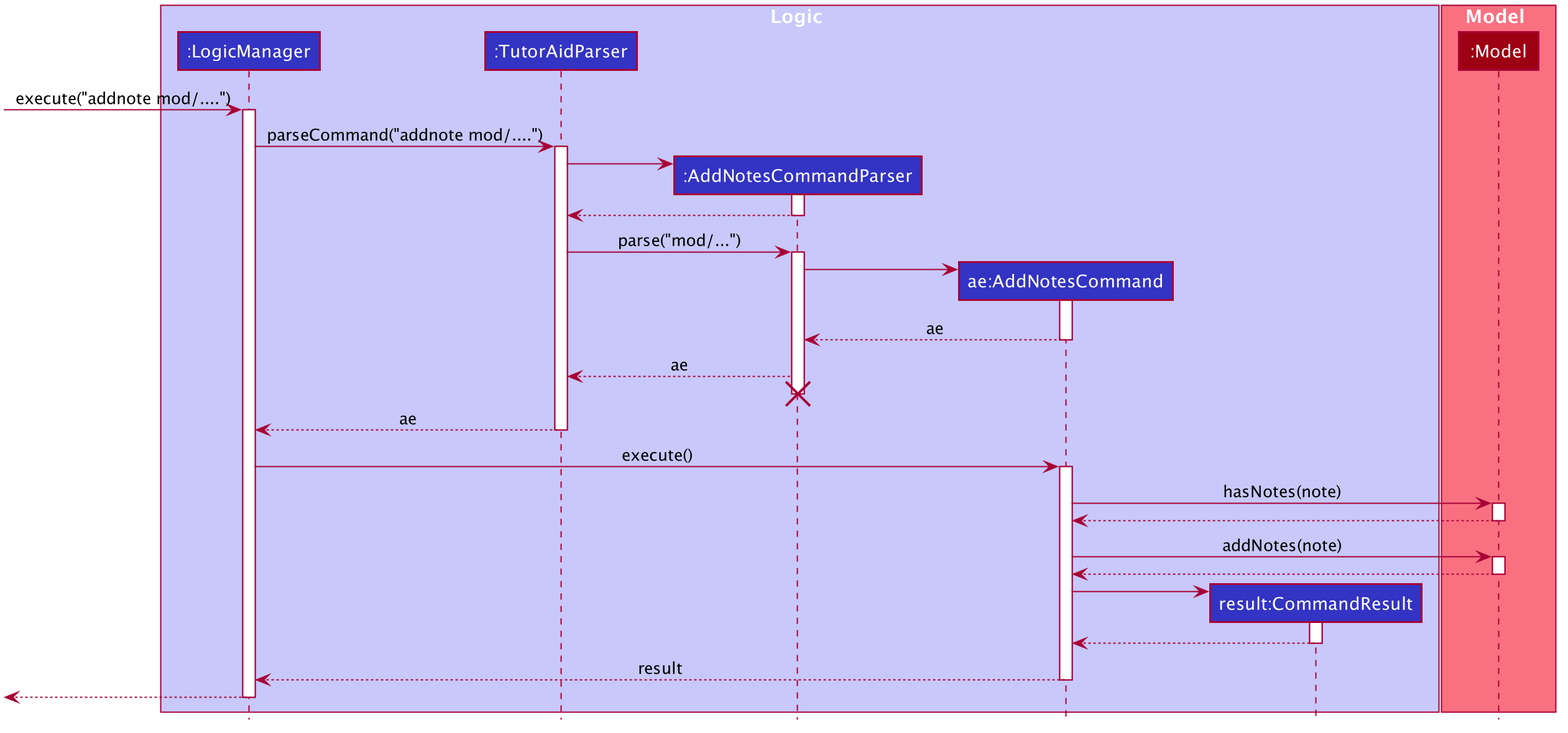
The PlantUML diagram docs/images/AddNotesSequenceDiagram.png in nus-cs2103-AY1920S1/addressbook-level3, before a commit.
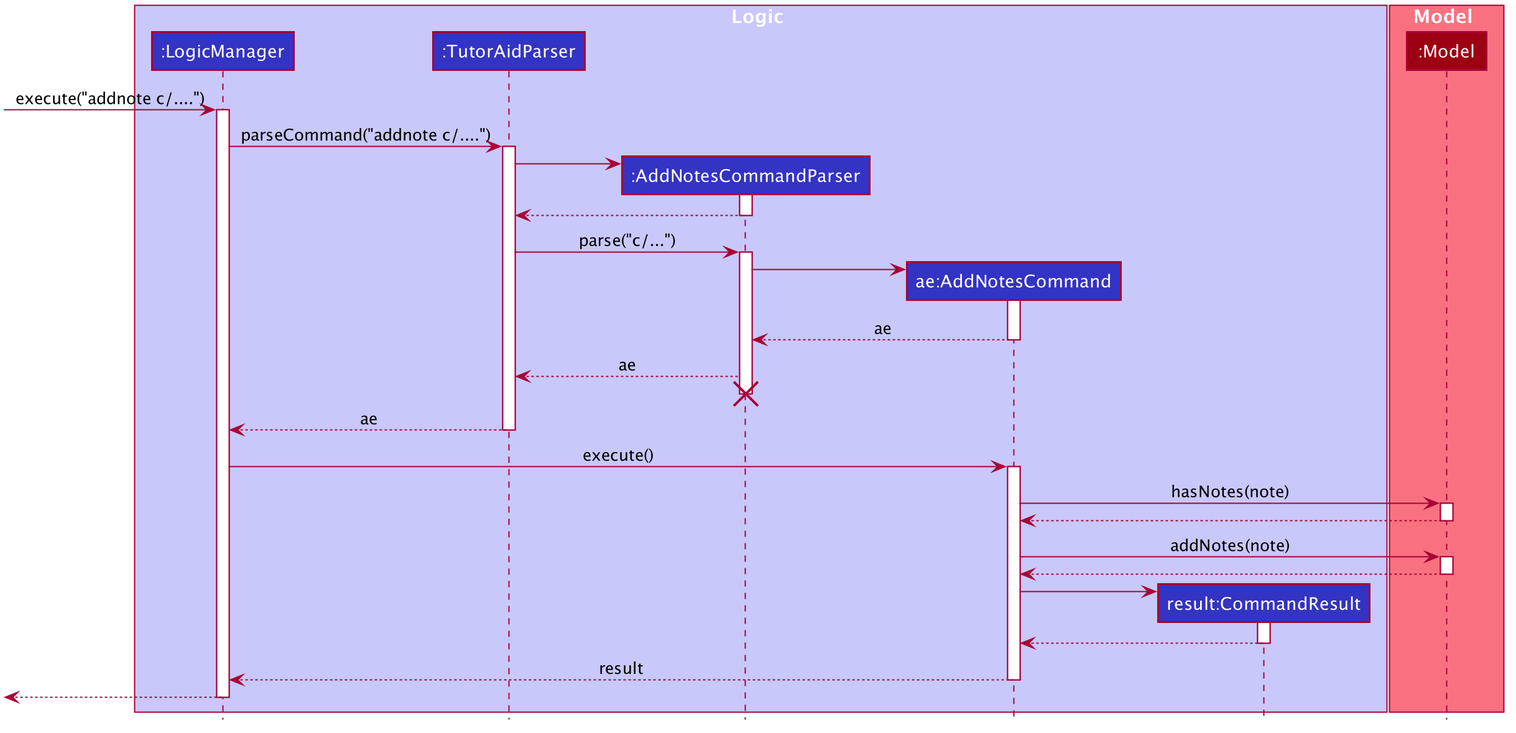
Above is the later version.

What changed in the source:
```diff
@@ -60,10 +60,10 @@
 participant ":Model" as Model #9D0012
 end box
 
-[-> LogicManager : execute("addnote mod/....")
+[-> LogicManager : execute("addnote c/....")
 activate LogicManager
 
-LogicManager -> TutorAidParser : parseCommand("addnote mod/....")
+LogicManager -> TutorAidParser : parseCommand("addnote c/....")
 activate TutorAidParser
 
 create AddNotesCommandParser
@@ -73,7 +73,7 @@
 AddNotesCommandParser --> TutorAidParser
 deactivate AddNotesCommandParser
 
-TutorAidParser -> AddNotesCommandParser : parse("mod/...")
+TutorAidParser -> AddNotesCommandParser : parse("c/...")
 activate AddNotesCommandParser
 
 create AddNotesCommand
```
